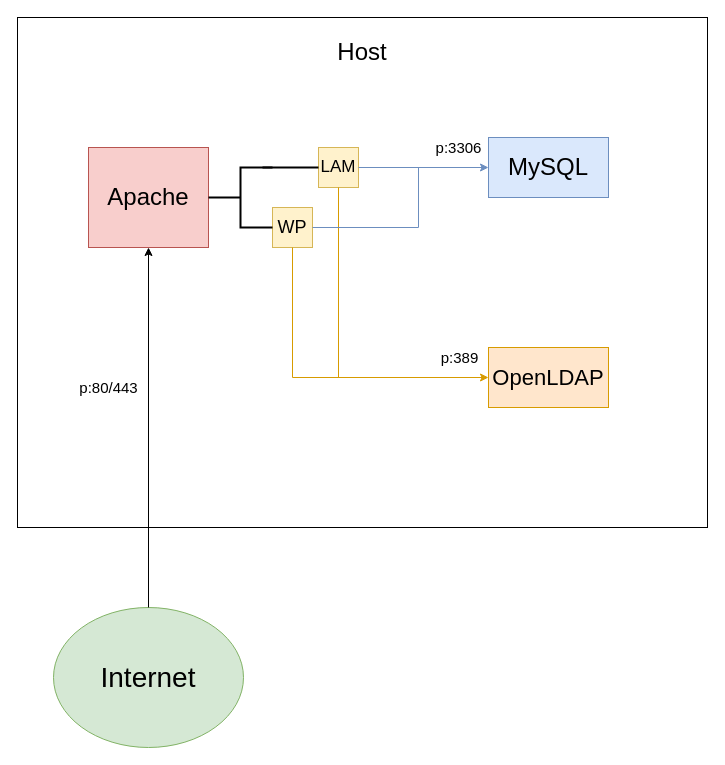
Above: Flowcharts/flowchart.drawio in mrmysko/Linux2-Grubbarbete (draw.io), before the change. Source tidied: cells renumbered, new cells numbered last; positions are measured from the earlier drawing's top-left corner, leaving out a move shared by most shapes. Both pictures are drawn from the tidied source at 100%, with x=0, y=0 at pixel (17, 17).
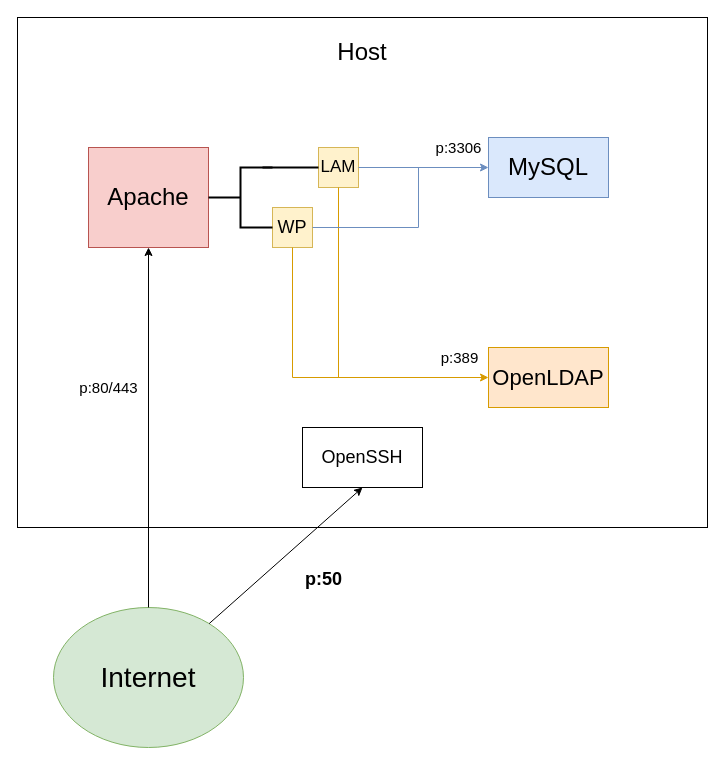
Above is the later version.

The change refers to these unchanged cells:
```xml
<mxCell id="9" value="&lt;font style=&quot;font-size: 28px;&quot;&gt;Internet&lt;/font&gt;" style="ellipse;whiteSpace=wrap;html=1;fillColor=#d5e8d4;strokeColor=#82b366;" parent="1" vertex="1">
  <mxGeometry x="36" y="590" width="190" height="140" as="geometry" />
</mxCell>
```

Change to the diagram source:
```diff
@@
+    <mxCell id="17" value="&lt;font style=&quot;font-size: 18px;&quot;&gt;OpenSSH&lt;/font&gt;" style="rounded=0;whiteSpace=wrap;html=1;" parent="1" vertex="1">
+      <mxGeometry x="285" y="410" width="120" height="60" as="geometry" />
+    </mxCell>
+    <mxCell id="18" style="endArrow=classic;html=1;fontSize=18;entryX=0.5;entryY=1;entryDx=0;entryDy=0;" parent="1" edge="1" source="9" target="17">
+      <mxGeometry relative="1" as="geometry" />
+    </mxCell>
+    <mxCell id="19" value="&lt;font style=&quot;font-size: 18px;&quot;&gt;p:50&lt;/font&gt;" style="text;strokeColor=none;fillColor=none;html=1;fontSize=24;fontStyle=1;verticalAlign=middle;align=center;" parent="1" vertex="1">
+      <mxGeometry x="256" y="540" width="100" height="40" as="geometry" />
+    </mxCell>
```
